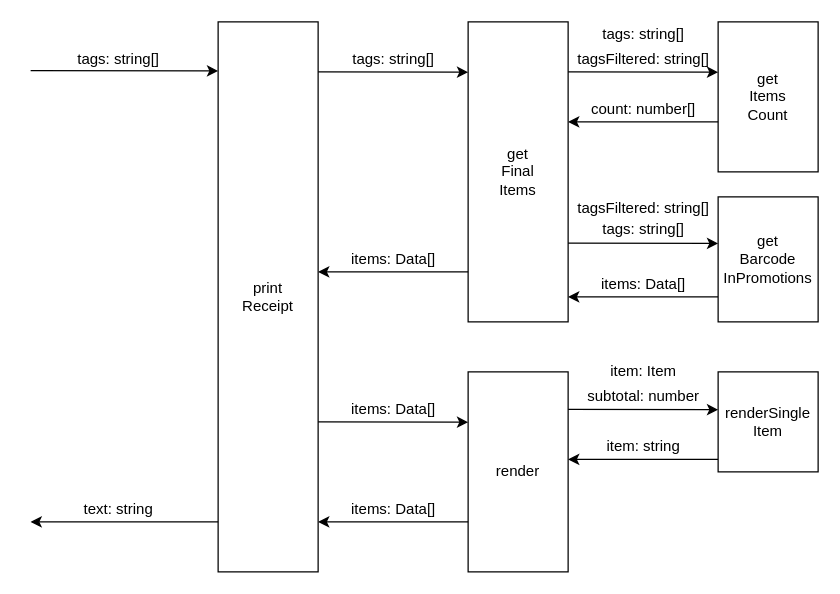
The draw.io diagram thoughtswork/pos.drawio in DDDAZ/demo, before the edit. Source tidied: cells renumbered, new cells numbered last; positions are measured from the earlier drawing's top-left corner, leaving out a move shared by most shapes. Both pictures are drawn from the tidied source at 125%, with x=0, y=0 at pixel (30, 21).
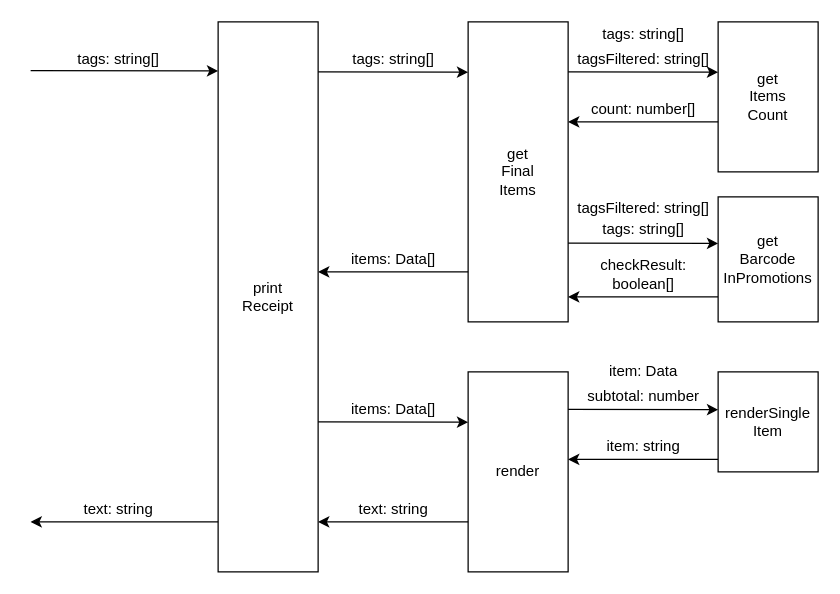
After the change.

The edit, as a diff of the source:
```diff
@@
-    <mxCell id="15" value="items: Data[]" style="text;html=1;align=center;verticalAlign=middle;" parent="1" vertex="1">
-      <mxGeometry x="250" y="380" width="80" height="20" as="geometry" />
+    <mxCell id="15" value="text: string" style="text;html=1;align=center;verticalAlign=middle;" parent="1" vertex="1">
+      <mxGeometry x="255" y="380" width="70" height="20" as="geometry" />
     </mxCell>
@@
-    <mxCell id="20" value="items: Data[]" style="text;html=1;align=center;verticalAlign=middle;" parent="1" vertex="1">
-      <mxGeometry x="450" y="200" width="80" height="20" as="geometry" />
+    <mxCell id="20" value="checkResult:&lt;br&gt;boolean[]" style="text;html=1;align=center;verticalAlign=middle;" parent="1" vertex="1">
+      <mxGeometry x="450" y="187" width="80" height="30" as="geometry" />
     </mxCell>
@@
-    <mxCell id="32" value="item: Item" style="text;html=1;align=center;verticalAlign=middle;" parent="1" vertex="1">
+    <mxCell id="32" value="item: Data" style="text;html=1;align=center;verticalAlign=middle;" parent="1" vertex="1">
       <mxGeometry x="455" y="270" width="70" height="20" as="geometry" />
     </mxCell>
```
